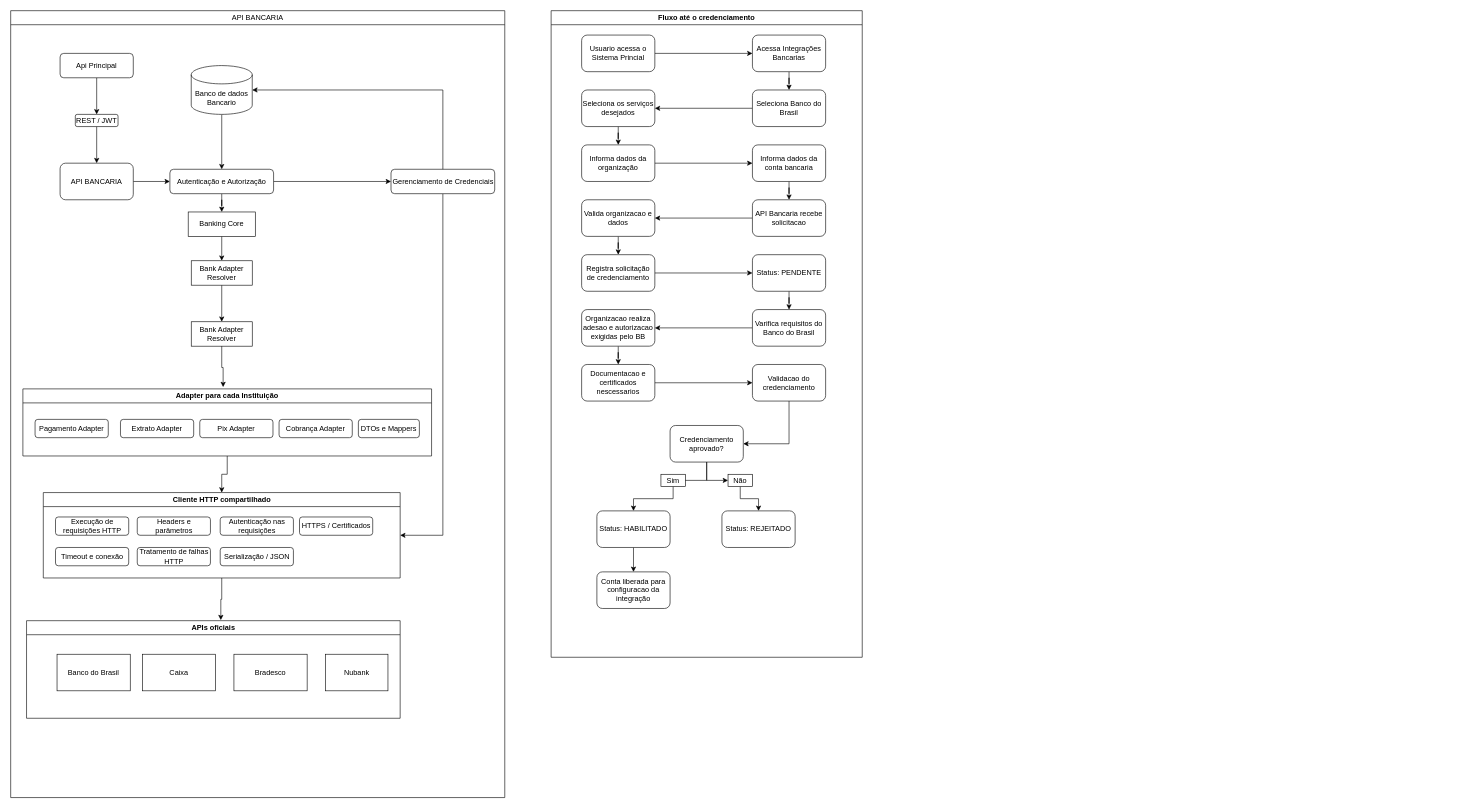
The draw.io diagram api-banking.drawio in ramonbarbosdev/ramonbarbosdev, before the edit. Source tidied: cells renumbered, new cells numbered last; positions are measured from the earlier drawing's top-left corner, leaving out a move shared by most shapes. Both pictures are drawn from the tidied source at 61%, with x=0, y=0 at pixel (10, 10).
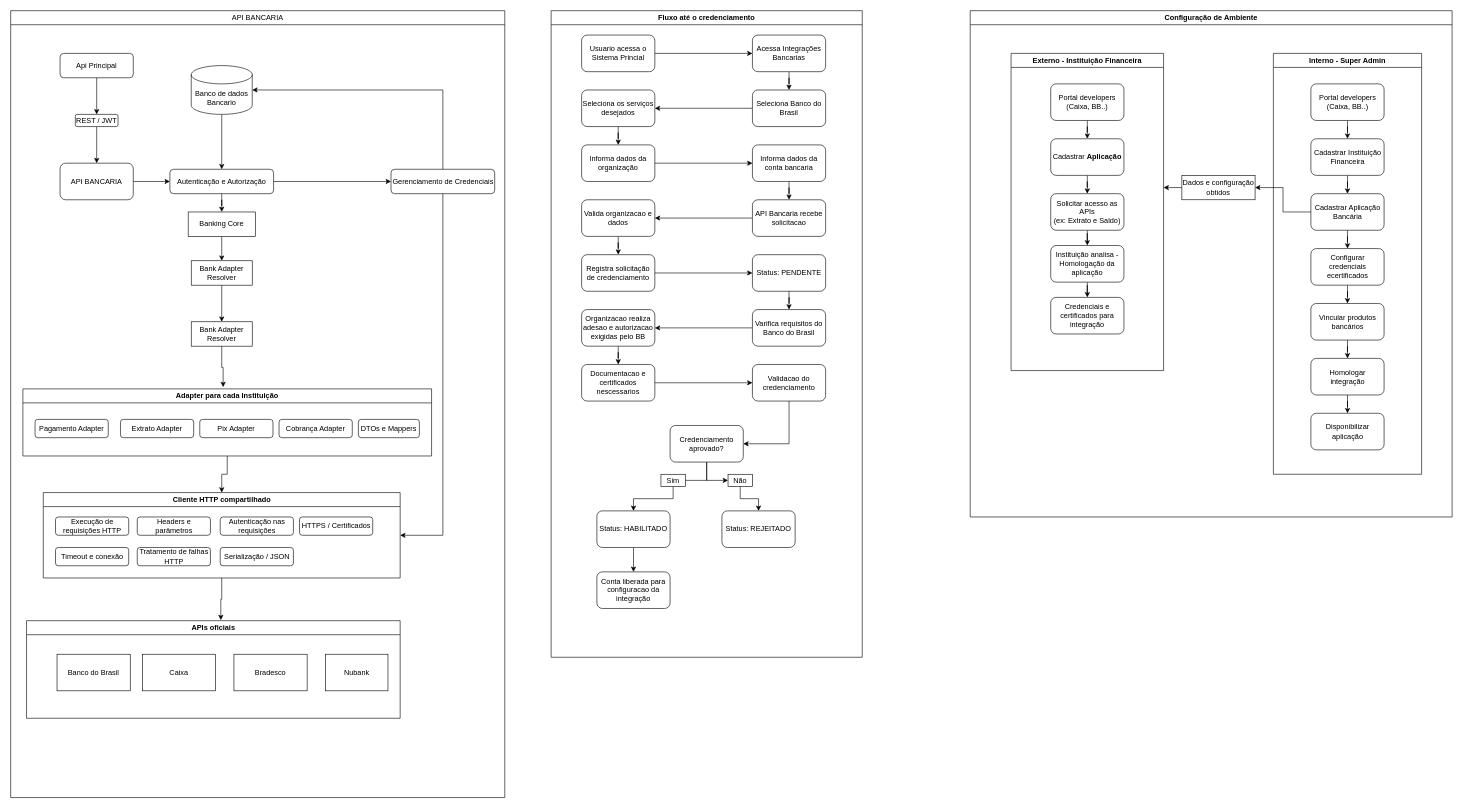
The same page after the edit.

Commit message:
feat: configuracao de ambiente

Diff of the diagram source:
```diff
@@
+    <mxCell id="85" value="Configuração de Ambiente" style="swimlane;whiteSpace=wrap;html=1;" parent="1" vertex="1">
+      <mxGeometry x="1573" width="790" height="830" as="geometry" />
+    </mxCell>
+    <mxCell id="86" value="Externo - Instituição Financeira" style="swimlane;whiteSpace=wrap;html=1;" parent="85" vertex="1">
+      <mxGeometry x="67" y="70" width="250" height="520" as="geometry" />
+    </mxCell>
+    <mxCell id="87" style="edgeStyle=orthogonalEdgeStyle;rounded=0;jettySize=auto;html=1;entryX=0.5;entryY=0;entryDx=0;entryDy=0;defaultLabelBackgroundColor=page;labelPadding=0 4;" parent="86" edge="1" source="88" target="90">
+      <mxGeometry relative="1" as="geometry" />
+    </mxCell>
+    <mxCell id="88" value="Portal developers (Caixa, BB..)" style="rounded=1;whiteSpace=wrap;html=1;roundedPerimeter=1;" parent="86" vertex="1">
+      <mxGeometry x="65" y="50" width="120" height="60" as="geometry" />
+    </mxCell>
+    <mxCell id="89" style="edgeStyle=orthogonalEdgeStyle;rounded=0;jettySize=auto;html=1;entryX=0.5;entryY=0;entryDx=0;entryDy=0;defaultLabelBackgroundColor=page;labelPadding=0 4;" parent="86" edge="1" source="90" target="92">
+      <mxGeometry relative="1" as="geometry" />
+    </mxCell>
+    <mxCell id="90" value="Cadastrar&amp;nbsp;&lt;strong&gt;Aplicação&lt;/strong&gt;" style="rounded=1;whiteSpace=wrap;html=1;roundedPerimeter=1;" parent="86" vertex="1">
+      <mxGeometry x="65" y="140" width="120" height="60" as="geometry" />
+    </mxCell>
+    <mxCell id="91" style="edgeStyle=orthogonalEdgeStyle;rounded=0;jettySize=auto;html=1;entryX=0.5;entryY=0;entryDx=0;entryDy=0;defaultLabelBackgroundColor=page;labelPadding=0 4;" parent="86" edge="1" source="92" target="94">
+      <mxGeometry relative="1" as="geometry" />
+    </mxCell>
+    <mxCell id="92" value="Solicitar acesso as APIs&lt;br&gt;(ex:&amp;nbsp;Extrato e Saldo)" style="rounded=1;whiteSpace=wrap;html=1;roundedPerimeter=1;" parent="86" vertex="1">
+      <mxGeometry x="65" y="230" width="120" height="60" as="geometry" />
+    </mxCell>
+    <mxCell id="93" style="edgeStyle=orthogonalEdgeStyle;rounded=0;jettySize=auto;html=1;entryX=0.5;entryY=0;entryDx=0;entryDy=0;defaultLabelBackgroundColor=page;labelPadding=0 4;" parent="86" edge="1" source="94" target="95">
+      <mxGeometry relative="1" as="geometry" />
+    </mxCell>
+    <mxCell id="94" value="Instituição analisa -Homologação da aplicação" style="rounded=1;whiteSpace=wrap;html=1;roundedPerimeter=1;" parent="86" vertex="1">
+      <mxGeometry x="65" y="315" width="120" height="60" as="geometry" />
+    </mxCell>
+    <mxCell id="95" value="Credenciais e certificados para integração" style="rounded=1;whiteSpace=wrap;html=1;roundedPerimeter=1;" parent="86" vertex="1">
+      <mxGeometry x="65" y="400" width="120" height="60" as="geometry" />
+    </mxCell>
+    <mxCell id="96" value="Interno - Super Admin" style="swimlane;whiteSpace=wrap;html=1;startSize=23;" parent="85" vertex="1">
+      <mxGeometry x="497" y="70" width="243" height="690" as="geometry" />
+    </mxCell>
+    <mxCell id="97" style="edgeStyle=orthogonalEdgeStyle;rounded=0;jettySize=auto;html=1;entryX=0.5;entryY=0;entryDx=0;entryDy=0;defaultLabelBackgroundColor=page;labelPadding=0 4;" parent="96" edge="1" source="98" target="100">
+      <mxGeometry relative="1" as="geometry" />
+    </mxCell>
+    <mxCell id="98" value="Portal developers (Caixa, BB..)" style="rounded=1;whiteSpace=wrap;html=1;roundedPerimeter=1;" parent="96" vertex="1">
+      <mxGeometry x="61.5" y="50" width="120" height="60" as="geometry" />
+    </mxCell>
+    <mxCell id="99" style="edgeStyle=orthogonalEdgeStyle;rounded=0;jettySize=auto;html=1;entryX=0.5;entryY=0;entryDx=0;entryDy=0;defaultLabelBackgroundColor=page;labelPadding=0 4;" parent="96" edge="1" source="100" target="102">
+      <mxGeometry relative="1" as="geometry" />
+    </mxCell>
+    <mxCell id="100" value="Cadastrar Instituição Financeira" style="rounded=1;whiteSpace=wrap;html=1;roundedPerimeter=1;" parent="96" vertex="1">
+      <mxGeometry x="61.5" y="140" width="120" height="60" as="geometry" />
+    </mxCell>
+    <mxCell id="101" style="edgeStyle=orthogonalEdgeStyle;rounded=0;jettySize=auto;html=1;entryX=0.5;entryY=0;entryDx=0;entryDy=0;defaultLabelBackgroundColor=page;labelPadding=0 4;" parent="96" edge="1" source="102" target="104">
+      <mxGeometry relative="1" as="geometry" />
+    </mxCell>
+    <mxCell id="102" value="Cadastrar Aplicação Bancária" style="rounded=1;whiteSpace=wrap;html=1;roundedPerimeter=1;" parent="96" vertex="1">
+      <mxGeometry x="61.5" y="230" width="120" height="60" as="geometry" />
+    </mxCell>
+    <mxCell id="103" style="edgeStyle=orthogonalEdgeStyle;rounded=0;jettySize=auto;html=1;defaultLabelBackgroundColor=page;labelPadding=0 4;" parent="96" edge="1" source="104" target="106">
+      <mxGeometry relative="1" as="geometry" />
+    </mxCell>
+    <mxCell id="104" value="Configurar credenciais ecertificados" style="rounded=1;whiteSpace=wrap;html=1;roundedPerimeter=1;" parent="96" vertex="1">
+      <mxGeometry x="61.5" y="320" width="120" height="60" as="geometry" />
+    </mxCell>
+    <mxCell id="105" style="edgeStyle=orthogonalEdgeStyle;rounded=0;jettySize=auto;html=1;entryX=0.5;entryY=0;entryDx=0;entryDy=0;defaultLabelBackgroundColor=page;labelPadding=0 4;" parent="96" edge="1" source="106" target="108">
+      <mxGeometry relative="1" as="geometry" />
+    </mxCell>
+    <mxCell id="106" value="Vincular produtos bancários" style="rounded=1;whiteSpace=wrap;html=1;roundedPerimeter=1;" parent="96" vertex="1">
+      <mxGeometry x="61.5" y="410" width="120" height="60" as="geometry" />
+    </mxCell>
+    <mxCell id="107" style="edgeStyle=orthogonalEdgeStyle;rounded=0;jettySize=auto;html=1;entryX=0.5;entryY=0;entryDx=0;entryDy=0;defaultLabelBackgroundColor=page;labelPadding=0 4;" parent="96" edge="1" source="108" target="109">
+      <mxGeometry relative="1" as="geometry" />
+    </mxCell>
+    <mxCell id="108" value="Homologar integração" style="rounded=1;whiteSpace=wrap;html=1;roundedPerimeter=1;" parent="96" vertex="1">
+      <mxGeometry x="61.5" y="500" width="120" height="60" as="geometry" />
+    </mxCell>
+    <mxCell id="109" value="Disponibilizar aplicação" style="rounded=1;whiteSpace=wrap;html=1;roundedPerimeter=1;" parent="96" vertex="1">
+      <mxGeometry x="61.5" y="590" width="120" height="60" as="geometry" />
+    </mxCell>
+    <mxCell id="110" style="edgeStyle=orthogonalEdgeStyle;rounded=0;jettySize=auto;html=1;defaultLabelBackgroundColor=page;labelPadding=0 4;" parent="85" edge="1" source="111">
+      <mxGeometry relative="1" as="geometry">
+        <mxPoint x="317" y="290" as="targetPoint" />
+      </mxGeometry>
+    </mxCell>
+    <mxCell id="111" value="Dados e configuração obtidos" style="rounded=0;whiteSpace=wrap;html=1;" parent="85" vertex="1">
+      <mxGeometry x="347" y="270" width="120" height="40" as="geometry" />
+    </mxCell>
+    <mxCell id="112" style="edgeStyle=orthogonalEdgeStyle;rounded=0;jettySize=auto;html=1;entryX=1;entryY=0.5;entryDx=0;entryDy=0;defaultLabelBackgroundColor=page;labelPadding=0 4;" parent="85" edge="1" source="102" target="111">
+      <mxGeometry relative="1" as="geometry" />
+    </mxCell>
```
